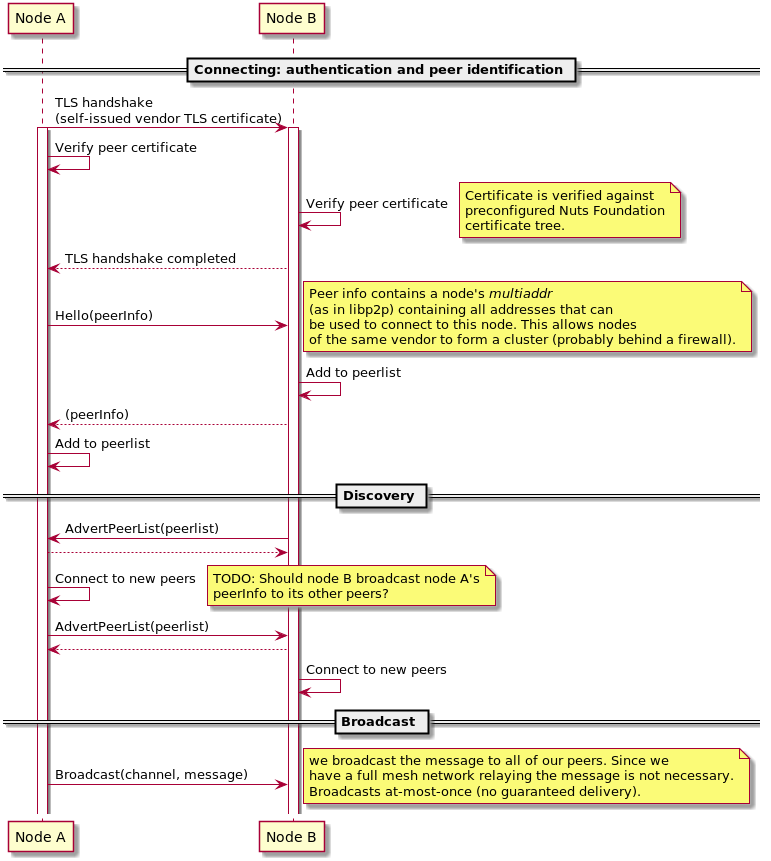
Before: _static/images/network_protocol_sd.png, a diagram exported from PlantUML (nuts-foundation/nuts-documentation).
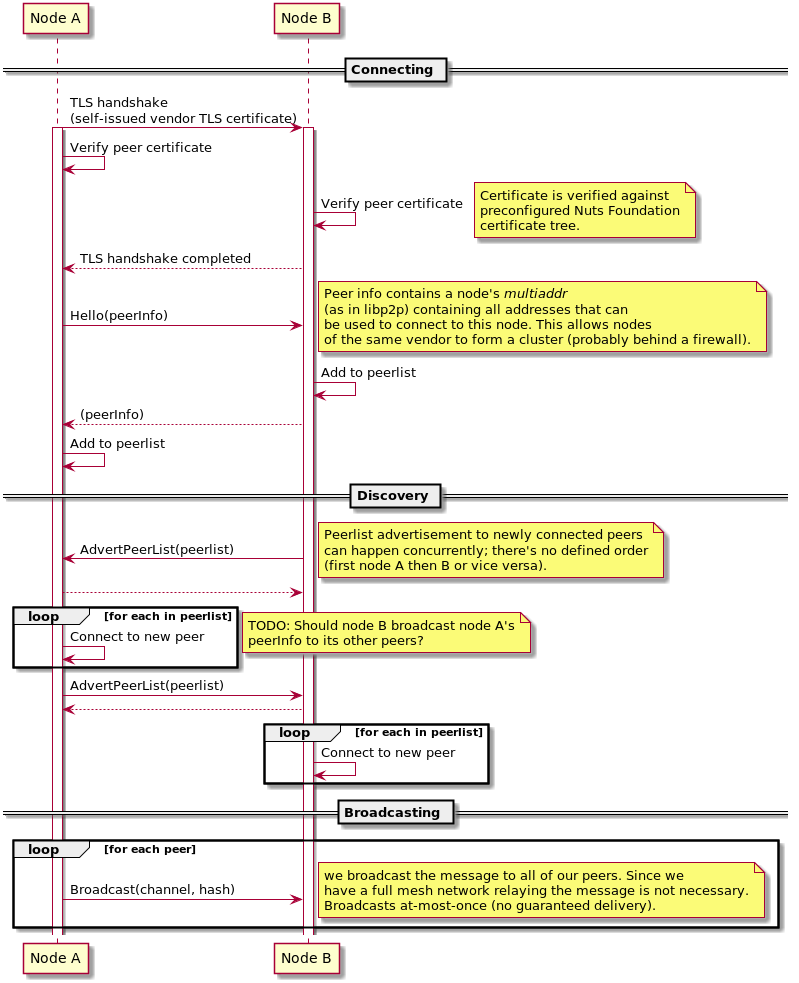
Above is the later version.

Commit message:
Updated Nuts network protocol diagram

What changed in the source:
```diff
@@ -1,5 +1,5 @@
 @startuml
-== Connecting: authentication and peer identification ==
+== Connecting ==
 participant "Node A" as A
 participant "Node B" as B
 A -> B : TLS handshake\n(self-issued vendor TLS certificate)
@@ -27,21 +27,32 @@
 
 == Discovery ==
 B -> A : AdvertPeerList(peerlist)
+note right
+    Peerlist advertisement to newly connected peers
+    can happen concurrently; there's no defined order
+    (first node A then B or vice versa).
+end note
 A --> B
-A -> A : Connect to new peers
+loop for each in peerlist
+    A -> A : Connect to new peer
+end
 note right
    TODO: Should node B broadcast node A's
    peerInfo to its other peers?
 end note
 A -> B : AdvertPeerList(peerlist)
 B --> A
-B -> B : Connect to new peers
+loop for each in peerlist
+    B -> B : Connect to new peer
+end
 
-== Broadcast ==
-A -> B : Broadcast(channel, message)
-note right
-   we broadcast the message to all of our peers. Since we
-   have a full mesh network relaying the message is not necessary.
-   Broadcasts at-most-once (no guaranteed delivery).
-end note
+== Broadcasting ==
+loop for each peer
+    A -> B : Broadcast(channel, hash)
+    note right
+       we broadcast the message to all of our peers. Since we
+       have a full mesh network relaying the message is not necessary.
+       Broadcasts at-most-once (no guaranteed delivery).
+    end note
+end
 @enduml
```
